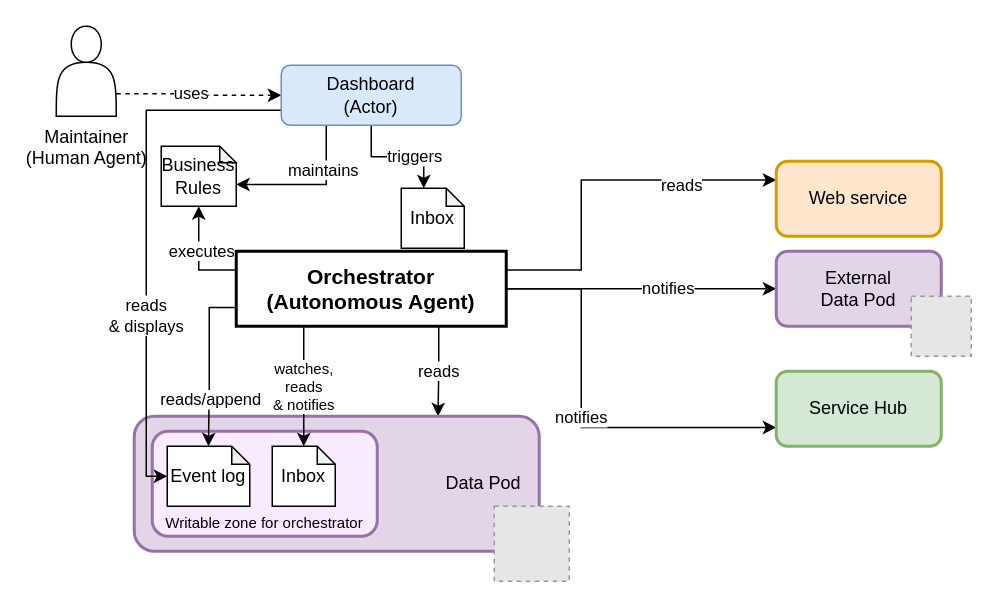
Earlier version of the draw.io diagram diagrams/high-level.drawio (MellonScholarlyCommunication/spec-orchestrator). Source tidied: cells renumbered, new cells numbered last; positions are measured from the earlier drawing's top-left corner, leaving out a move shared by most shapes. Both pictures are drawn from the tidied source at 150%, with x=0, y=0 at pixel (56, 26). Pictures stored in the file or linked from it are replaced by grey dashed boxes.
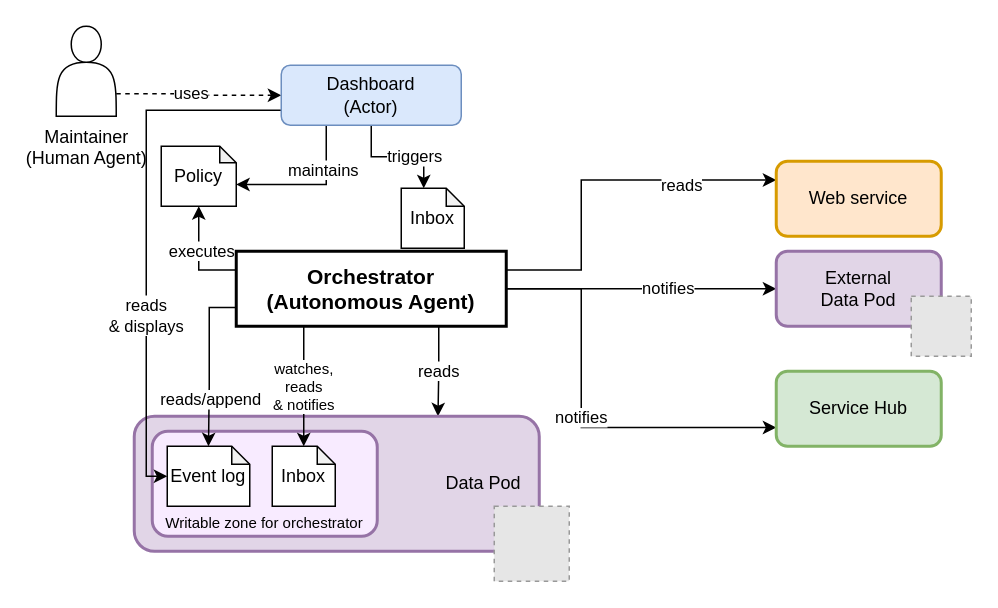
Above is the later version.

What changed in the source:
```diff
@@
-    <mxCell id="3" value="&lt;div&gt;Business&lt;/div&gt;&lt;div&gt;Rules&lt;br&gt;&lt;/div&gt;" style="shape=note;whiteSpace=wrap;html=1;backgroundOutline=1;darkOpacity=0.05;strokeWidth=1;size=11;" parent="1" vertex="1">
+    <mxCell id="3" value="Policy" style="shape=note;whiteSpace=wrap;html=1;backgroundOutline=1;darkOpacity=0.05;strokeWidth=1;size=11;" parent="1" vertex="1">
       <mxGeometry x="70" y="80" width="50" height="40" as="geometry" />
     </mxCell>
```
